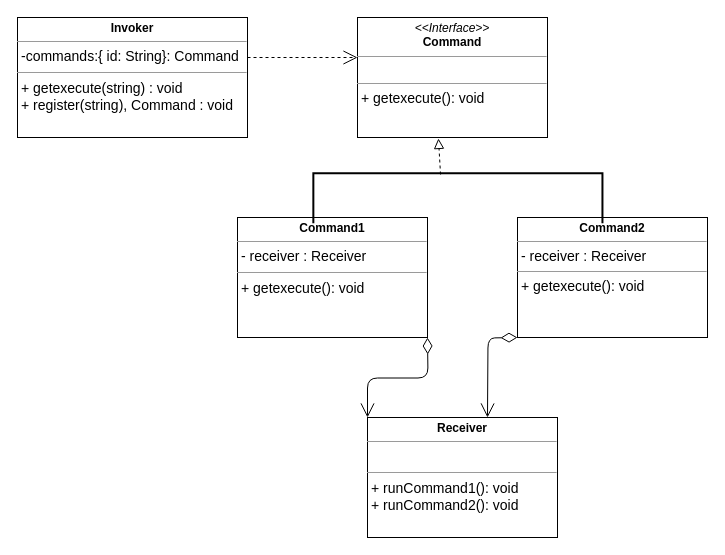
Before: behavioral/command/command.drawio in MaksShadows/Patterns, a draw.io diagram. Source tidied: cells renumbered, new cells numbered last; positions are measured from the earlier drawing's top-left corner, leaving out a move shared by most shapes. Both pictures are drawn from the tidied source at 100%, with x=0, y=0 at pixel (17, 17).
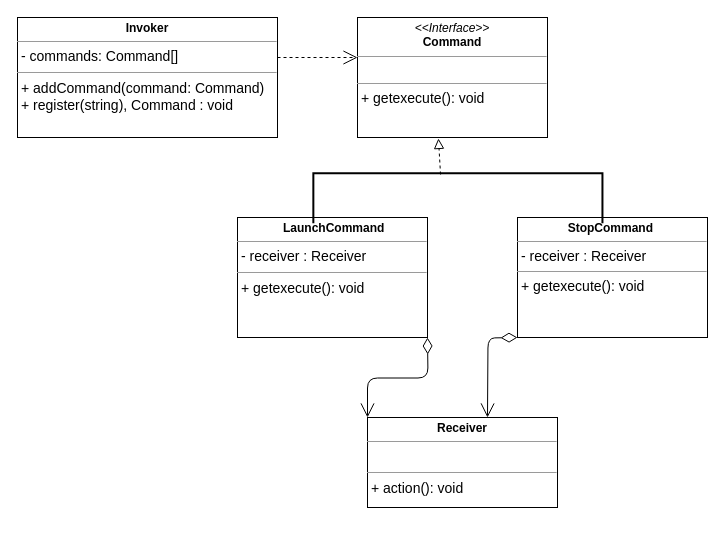
The same diagram, later.

Commit message (it also covers changes not shown here):
fix code and uml

Change to the diagram source:
```diff
@@
 <mxGraphModel>
   <root>
     <mxCell id="0" />
     <mxCell id="1" parent="0" />
     <mxCell id="2" value="&lt;p style=&quot;margin: 0px ; margin-top: 4px ; text-align: center&quot;&gt;&lt;i&gt;&amp;lt;&amp;lt;Interface&amp;gt;&amp;gt;&lt;/i&gt;&lt;br&gt;&lt;b&gt;Command&lt;/b&gt;&lt;/p&gt;&lt;hr size=&quot;1&quot;&gt;&lt;p style=&quot;margin: 0px ; margin-left: 4px&quot;&gt;&lt;br&gt;&lt;/p&gt;&lt;hr size=&quot;1&quot;&gt;&lt;p style=&quot;margin: 0px 0px 0px 4px ; font-size: 14px&quot;&gt;+ getexecute(): void&lt;br&gt;&lt;br&gt;&lt;/p&gt;" style="verticalAlign=top;align=left;overflow=fill;fontSize=12;fontFamily=Helvetica;html=1;" parent="1" vertex="1">
       <mxGeometry x="340" width="190" height="120" as="geometry" />
     </mxCell>
-    <mxCell id="3" value="&lt;p style=&quot;margin: 0px ; margin-top: 4px ; text-align: center&quot;&gt;&lt;b&gt;Command1&lt;/b&gt;&lt;/p&gt;&lt;hr size=&quot;1&quot;&gt;&lt;p style=&quot;margin: 0px 0px 0px 4px ; font-size: 14px&quot;&gt;&lt;font style=&quot;font-size: 14px&quot;&gt;- receiver : Receiver&lt;/font&gt;&lt;/p&gt;&lt;hr size=&quot;1&quot; style=&quot;font-size: 14px&quot;&gt;&lt;p style=&quot;margin: 0px 0px 0px 4px ; font-size: 14px&quot;&gt;+ getexecute(): void&lt;br&gt;&lt;br&gt;&lt;/p&gt;" style="verticalAlign=top;align=left;overflow=fill;fontSize=12;fontFamily=Helvetica;html=1;" parent="1" vertex="1">
+    <mxCell id="3" value="&lt;p style=&quot;margin: 0px ; margin-top: 4px ; text-align: center&quot;&gt;&lt;b&gt;&amp;nbsp;LaunchCommand&lt;/b&gt;&lt;br&gt;&lt;/p&gt;&lt;hr size=&quot;1&quot;&gt;&lt;p style=&quot;margin: 0px 0px 0px 4px ; font-size: 14px&quot;&gt;&lt;font style=&quot;font-size: 14px&quot;&gt;- receiver : Receiver&lt;/font&gt;&lt;/p&gt;&lt;hr size=&quot;1&quot; style=&quot;font-size: 14px&quot;&gt;&lt;p style=&quot;margin: 0px 0px 0px 4px ; font-size: 14px&quot;&gt;+ getexecute(): void&lt;br&gt;&lt;br&gt;&lt;/p&gt;" style="verticalAlign=top;align=left;overflow=fill;fontSize=12;fontFamily=Helvetica;html=1;" parent="1" vertex="1">
       <mxGeometry x="220" y="200" width="190" height="120" as="geometry" />
     </mxCell>
-    <mxCell id="4" value="&lt;p style=&quot;margin: 0px ; margin-top: 4px ; text-align: center&quot;&gt;&lt;b&gt;Command2&lt;/b&gt;&lt;/p&gt;&lt;hr size=&quot;1&quot;&gt;&lt;p style=&quot;margin: 0px ; margin-left: 4px&quot;&gt;&lt;span style=&quot;font-size: 14px&quot;&gt;- receiver : Receiver&lt;/span&gt;&lt;/p&gt;&lt;hr size=&quot;1&quot;&gt;&lt;p style=&quot;margin: 0px 0px 0px 4px ; font-size: 14px&quot;&gt;+ getexecute(): void&lt;br&gt;&lt;br&gt;&lt;/p&gt;" style="verticalAlign=top;align=left;overflow=fill;fontSize=12;fontFamily=Helvetica;html=1;" parent="1" vertex="1">
+    <mxCell id="4" value="&lt;p style=&quot;margin: 0px ; margin-top: 4px ; text-align: center&quot;&gt;&lt;b&gt;StopCommand&amp;nbsp;&lt;/b&gt;&lt;br&gt;&lt;/p&gt;&lt;hr size=&quot;1&quot;&gt;&lt;p style=&quot;margin: 0px ; margin-left: 4px&quot;&gt;&lt;span style=&quot;font-size: 14px&quot;&gt;- receiver : Receiver&lt;/span&gt;&lt;/p&gt;&lt;hr size=&quot;1&quot;&gt;&lt;p style=&quot;margin: 0px 0px 0px 4px ; font-size: 14px&quot;&gt;+ getexecute(): void&lt;br&gt;&lt;br&gt;&lt;/p&gt;" style="verticalAlign=top;align=left;overflow=fill;fontSize=12;fontFamily=Helvetica;html=1;" parent="1" vertex="1">
       <mxGeometry x="500" y="200" width="190" height="120" as="geometry" />
     </mxCell>
-    <mxCell id="5" value="&lt;p style=&quot;margin: 0px ; margin-top: 4px ; text-align: center&quot;&gt;&lt;b&gt;Receiver&lt;/b&gt;&lt;/p&gt;&lt;hr size=&quot;1&quot;&gt;&lt;p style=&quot;margin: 0px 0px 0px 4px ; font-size: 14px&quot;&gt;&lt;br&gt;&lt;/p&gt;&lt;hr size=&quot;1&quot; style=&quot;font-size: 14px&quot;&gt;&lt;p style=&quot;margin: 0px 0px 0px 4px ; font-size: 14px&quot;&gt;+ runCommand1(): void&lt;/p&gt;&lt;p style=&quot;margin: 0px 0px 0px 4px ; font-size: 14px&quot;&gt;+ runCommand2(): void&lt;br&gt;&lt;br&gt;&lt;/p&gt;" style="verticalAlign=top;align=left;overflow=fill;fontSize=12;fontFamily=Helvetica;html=1;" parent="1" vertex="1">
-      <mxGeometry x="350" y="400" width="190" height="120" as="geometry" />
+    <mxCell id="5" value="&lt;p style=&quot;margin: 0px ; margin-top: 4px ; text-align: center&quot;&gt;&lt;b&gt;Receiver&lt;/b&gt;&lt;/p&gt;&lt;hr size=&quot;1&quot;&gt;&lt;p style=&quot;margin: 0px 0px 0px 4px ; font-size: 14px&quot;&gt;&lt;br&gt;&lt;/p&gt;&lt;hr size=&quot;1&quot; style=&quot;font-size: 14px&quot;&gt;&lt;p style=&quot;margin: 0px 0px 0px 4px ; font-size: 14px&quot;&gt;+&amp;nbsp;action(): void&lt;/p&gt;&lt;p style=&quot;margin: 0px 0px 0px 4px ; font-size: 14px&quot;&gt;&lt;br&gt;&lt;/p&gt;" style="verticalAlign=top;align=left;overflow=fill;fontSize=12;fontFamily=Helvetica;html=1;" parent="1" vertex="1">
+      <mxGeometry x="350" y="400" width="190" height="90" as="geometry" />
     </mxCell>
-    <mxCell id="6" value="&lt;p style=&quot;margin: 0px ; margin-top: 4px ; text-align: center&quot;&gt;&lt;b&gt;Invoker&lt;/b&gt;&lt;/p&gt;&lt;hr size=&quot;1&quot;&gt;&lt;p style=&quot;margin: 0px 0px 0px 4px ; font-size: 14px&quot;&gt;-commands:{ id: String}: Command&lt;/p&gt;&lt;hr size=&quot;1&quot; style=&quot;font-size: 14px&quot;&gt;&lt;p style=&quot;margin: 0px 0px 0px 4px ; font-size: 14px&quot;&gt;+ getexecute(string) : void&lt;br&gt;+ register(string), Command : void&lt;/p&gt;" style="verticalAlign=top;align=left;overflow=fill;fontSize=12;fontFamily=Helvetica;html=1;" parent="1" vertex="1">
-      <mxGeometry width="230" height="120" as="geometry" />
+    <mxCell id="6" value="&lt;p style=&quot;margin: 0px ; margin-top: 4px ; text-align: center&quot;&gt;&lt;b&gt;Invoker&lt;/b&gt;&lt;/p&gt;&lt;hr size=&quot;1&quot;&gt;&lt;p style=&quot;margin: 0px 0px 0px 4px ; font-size: 14px&quot;&gt;- commands: Command[]&lt;/p&gt;&lt;hr size=&quot;1&quot; style=&quot;font-size: 14px&quot;&gt;&lt;p style=&quot;margin: 0px 0px 0px 4px ; font-size: 14px&quot;&gt;+&amp;nbsp;addCommand(command: Command)&lt;br&gt;+ register(string), Command : void&lt;/p&gt;" style="verticalAlign=top;align=left;overflow=fill;fontSize=12;fontFamily=Helvetica;html=1;" parent="1" vertex="1">
+      <mxGeometry width="260" height="120" as="geometry" />
     </mxCell>
     <mxCell id="7" style="endArrow=open;endSize=12;dashed=1;html=1;" parent="1" edge="1">
       <mxGeometry y="-40" relative="1" as="geometry">
-        <mxPoint x="230" y="40" as="sourcePoint" />
+        <mxPoint x="260" y="40" as="sourcePoint" />
         <mxPoint x="340" y="40" as="targetPoint" />
       </mxGeometry>
     </mxCell>
     <mxCell id="8" style="endArrow=open;html=1;endSize=12;startArrow=diamondThin;startSize=14;startFill=0;edgeStyle=orthogonalEdgeStyle;align=left;verticalAlign=bottom;entryX=0;entryY=0;entryDx=0;entryDy=0;" parent="1" edge="1" target="5">
       <mxGeometry x="-1" y="-36" relative="1" as="geometry">
         <mxPoint x="410" y="320" as="sourcePoint" />
         <mxPoint x="-30" y="-16" as="offset" />
       </mxGeometry>
     </mxCell>
     <mxCell id="9" style="endArrow=open;html=1;endSize=12;startArrow=diamondThin;startSize=14;startFill=0;edgeStyle=orthogonalEdgeStyle;align=left;verticalAlign=bottom;entryX=0;entryY=0;entryDx=0;entryDy=0;" parent="1" edge="1">
       <mxGeometry x="-1" y="-36" relative="1" as="geometry">
         <mxPoint x="500" y="320" as="sourcePoint" />
         <mxPoint x="470" y="400" as="targetPoint" />
         <mxPoint x="-30" y="-16" as="offset" />
       </mxGeometry>
     </mxCell>
     <mxCell id="10" style="strokeWidth=2;html=1;shape=mxgraph.flowchart.annotation_1;align=left;rotation=90;" parent="1" vertex="1">
       <mxGeometry x="415.4" y="36.3" width="50" height="289.1" as="geometry" />
     </mxCell>
     <mxCell id="11" style="endArrow=block;startArrow=none;endFill=0;startFill=0;endSize=8;html=1;verticalAlign=bottom;dashed=1;labelBackgroundColor=none;exitX=0.023;exitY=0.56;exitDx=0;exitDy=0;exitPerimeter=0;entryX=0.426;entryY=1.008;entryDx=0;entryDy=0;entryPerimeter=0;" parent="1" edge="1" source="10" target="2">
       <mxGeometry relative="1" as="geometry" />
     </mxCell>
   </root>
 </mxGraphModel>
```
